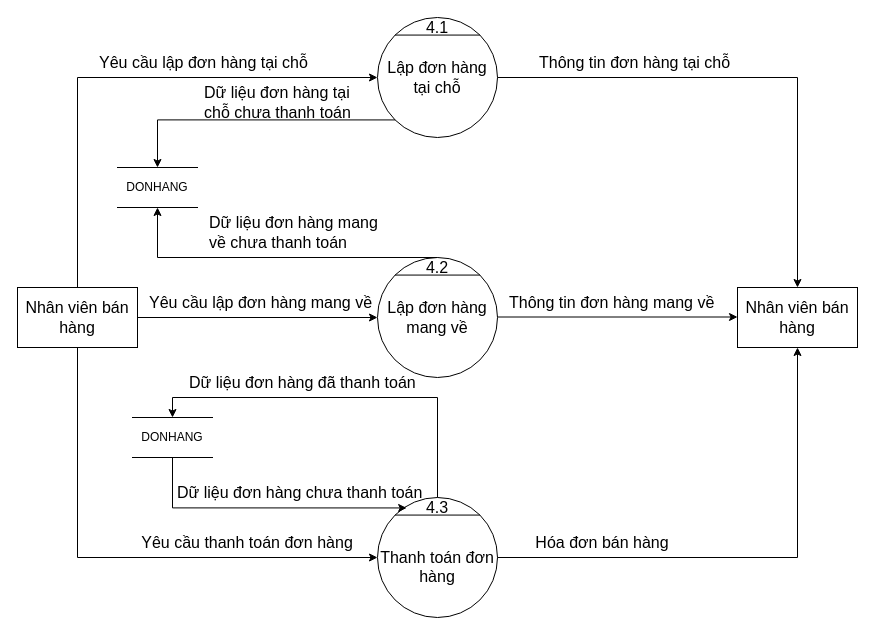
Earlier version of the draw.io diagram BFD&DFD/BFD&DFD mức 0, 1, 2, 3/DFD_1_Sell_Version_Final.drawio (hungtadasuke/CoffeShop_SoftwareTechnology). Source tidied: cells renumbered, new cells numbered last; positions are measured from the earlier drawing's top-left corner, leaving out a move shared by most shapes. Both pictures are drawn from the tidied source at 100%, with x=0, y=0 at pixel (17, 17).
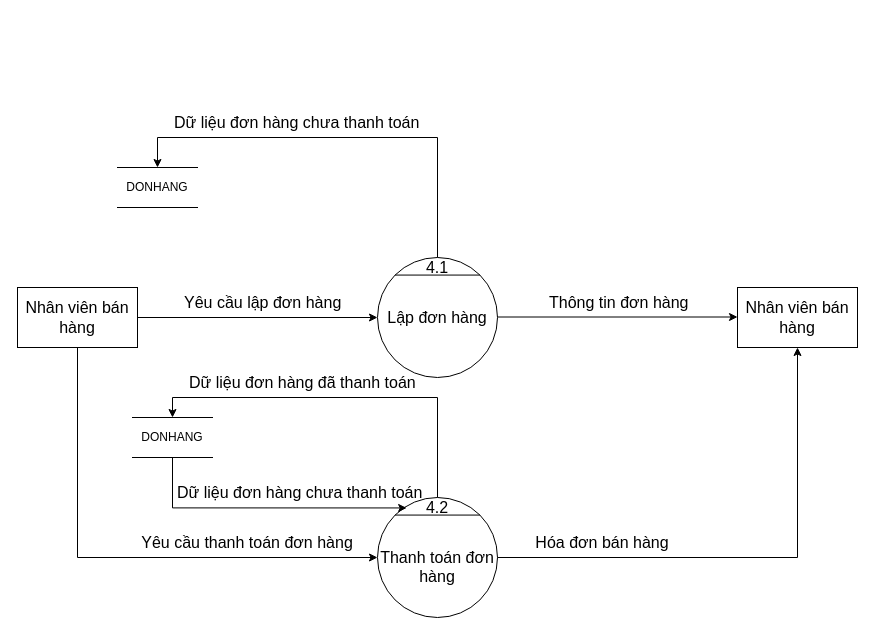
The same diagram, later.

Unchanged cells that the change refers to:
```xml
<mxCell id="2" value="Nhân viên bán hàng" style="rounded=0;whiteSpace=wrap;html=1;fontSize=16;" parent="1" vertex="1">
  <mxGeometry y="270" width="120" height="60" as="geometry" />
</mxCell>
<mxCell id="16" value="Nhân viên bán hàng" style="rounded=0;whiteSpace=wrap;html=1;fontSize=16;" parent="1" vertex="1">
  <mxGeometry x="720" y="270" width="120" height="60" as="geometry" />
</mxCell>
<mxCell id="17" value="DONHANG" style="shape=partialRectangle;whiteSpace=wrap;html=1;left=0;right=0;fillColor=none;" parent="1" vertex="1">
  <mxGeometry x="100" y="150" width="80" height="40" as="geometry" />
</mxCell>
```

The edit, as a diff of the source:
```diff
@@
-    <mxCell id="3" value="Lập đơn hàng tại chỗ" style="ellipse;whiteSpace=wrap;html=1;fontSize=16;" parent="1" vertex="1">
-      <mxGeometry x="360" width="120" height="120" as="geometry" />
-    </mxCell>
-    <mxCell id="4" style="endArrow=none;html=1;rounded=0;exitX=0;exitY=0;exitDx=0;exitDy=0;entryX=1;entryY=0;entryDx=0;entryDy=0;fontSize=16;" parent="1" edge="1" source="3" target="3">
-      <mxGeometry relative="1" as="geometry" />
-    </mxCell>
-    <mxCell id="5" value="4.1" style="text;html=1;strokeColor=none;fillColor=none;align=center;verticalAlign=middle;whiteSpace=wrap;rounded=0;fontSize=16;" parent="1" vertex="1">
-      <mxGeometry x="400" width="40" height="20" as="geometry" />
-    </mxCell>
-    <mxCell id="6" value="Lập đơn hàng mang về" style="ellipse;whiteSpace=wrap;html=1;fontSize=16;" parent="1" vertex="1">
+    <mxCell id="6" value="Lập đơn hàng" style="ellipse;whiteSpace=wrap;html=1;fontSize=16;" parent="1" vertex="1">
       <mxGeometry x="360" y="240" width="120" height="120" as="geometry" />
     </mxCell>
@@
-    <mxCell id="8" value="4.2" style="text;html=1;strokeColor=none;fillColor=none;align=center;verticalAlign=middle;whiteSpace=wrap;rounded=0;fontSize=16;" parent="1" vertex="1">
+    <mxCell id="8" value="4.1" style="text;html=1;strokeColor=none;fillColor=none;align=center;verticalAlign=middle;whiteSpace=wrap;rounded=0;fontSize=16;" parent="1" vertex="1">
       <mxGeometry x="400" y="240" width="40" height="20" as="geometry" />
     </mxCell>
-    <mxCell id="9" style="edgeStyle=elbowEdgeStyle;elbow=horizontal;endArrow=classic;html=1;rounded=0;fontSize=16;exitX=0.5;exitY=0;exitDx=0;exitDy=0;entryX=0;entryY=0.5;entryDx=0;entryDy=0;" parent="1" edge="1" source="2" target="3">
-      <mxGeometry relative="1" as="geometry">
-        <Array as="points">
-          <mxPoint x="60" y="170" />
-        </Array>
-      </mxGeometry>
-    </mxCell>
-    <mxCell id="10" value="Yêu cầu lập đơn hàng tại chỗ" style="text;html=1;strokeColor=none;fillColor=none;align=left;verticalAlign=middle;whiteSpace=wrap;rounded=0;fontSize=16;" parent="1" vertex="1">
-      <mxGeometry x="80" y="25" width="240" height="40" as="geometry" />
-    </mxCell>
-    <mxCell id="11" style="edgeStyle=segmentEdgeStyle;endArrow=classic;html=1;rounded=0;fontSize=16;exitX=1;exitY=0.5;exitDx=0;exitDy=0;entryX=0.5;entryY=0;entryDx=0;entryDy=0;" parent="1" edge="1" source="3" target="16">
-      <mxGeometry relative="1" as="geometry">
-        <Array as="points">
-          <mxPoint x="780" y="60" />
-        </Array>
-      </mxGeometry>
-    </mxCell>
-    <mxCell id="12" value="Thông tin đơn hàng tại chỗ" style="text;html=1;strokeColor=none;fillColor=none;align=left;verticalAlign=middle;whiteSpace=wrap;rounded=0;fontSize=16;" parent="1" vertex="1">
-      <mxGeometry x="520" y="20" width="210" height="50" as="geometry" />
-    </mxCell>
@@
-    <mxCell id="15" value="4.3" style="text;html=1;strokeColor=none;fillColor=none;align=center;verticalAlign=middle;whiteSpace=wrap;rounded=0;fontSize=16;" parent="1" vertex="1">
+    <mxCell id="15" value="4.2" style="text;html=1;strokeColor=none;fillColor=none;align=center;verticalAlign=middle;whiteSpace=wrap;rounded=0;fontSize=16;" parent="1" vertex="1">
       <mxGeometry x="400" y="480" width="40" height="20" as="geometry" />
     </mxCell>
@@
-    <mxCell id="18" style="edgeStyle=segmentEdgeStyle;endArrow=classic;html=1;rounded=0;exitX=0;exitY=1;exitDx=0;exitDy=0;entryX=0.5;entryY=0;entryDx=0;entryDy=0;" parent="1" edge="1" source="3" target="17">
-      <mxGeometry relative="1" as="geometry" />
-    </mxCell>
-    <mxCell id="19" value="Dữ liệu đơn hàng tại chỗ chưa thanh toán" style="text;html=1;strokeColor=none;fillColor=none;align=left;verticalAlign=middle;whiteSpace=wrap;rounded=0;fontSize=16;" parent="1" vertex="1">
-      <mxGeometry x="185" y="60" width="160" height="50" as="geometry" />
-    </mxCell>
@@
-    <mxCell id="22" value="Yêu cầu lập đơn hàng mang về" style="text;html=1;strokeColor=none;fillColor=none;align=left;verticalAlign=middle;whiteSpace=wrap;rounded=0;fontSize=16;" parent="1" vertex="1">
-      <mxGeometry x="130" y="270" width="240" height="30" as="geometry" />
+    <mxCell id="22" value="Yêu cầu lập đơn hàng" style="text;html=1;strokeColor=none;fillColor=none;align=left;verticalAlign=middle;whiteSpace=wrap;rounded=0;fontSize=16;" parent="1" vertex="1">
+      <mxGeometry x="165" y="270" width="240" height="30" as="geometry" />
     </mxCell>
-    <mxCell id="23" value="Thông tin đơn hàng mang về" style="text;html=1;strokeColor=none;fillColor=none;align=left;verticalAlign=middle;whiteSpace=wrap;rounded=0;fontSize=16;" parent="1" vertex="1">
-      <mxGeometry x="490" y="260" width="210" height="50" as="geometry" />
+    <mxCell id="23" value="Thông tin đơn hàng" style="text;html=1;strokeColor=none;fillColor=none;align=left;verticalAlign=middle;whiteSpace=wrap;rounded=0;fontSize=16;" parent="1" vertex="1">
+      <mxGeometry x="530" y="260" width="210" height="50" as="geometry" />
     </mxCell>
-    <mxCell id="24" style="edgeStyle=segmentEdgeStyle;endArrow=classic;html=1;rounded=0;exitX=0.5;exitY=0;exitDx=0;exitDy=0;entryX=0.5;entryY=1;entryDx=0;entryDy=0;" parent="1" edge="1" source="8" target="17">
-      <mxGeometry relative="1" as="geometry" />
+    <mxCell id="24" style="edgeStyle=segmentEdgeStyle;endArrow=classic;html=1;rounded=0;exitX=0.5;exitY=0;exitDx=0;exitDy=0;entryX=0.5;entryY=0;entryDx=0;entryDy=0;" parent="1" edge="1" source="8" target="17">
+      <mxGeometry relative="1" as="geometry">
+        <Array as="points">
+          <mxPoint x="420" y="120" />
+          <mxPoint x="140" y="120" />
+        </Array>
+      </mxGeometry>
     </mxCell>
-    <mxCell id="25" value="Dữ liệu đơn hàng mang về chưa thanh toán" style="text;html=1;strokeColor=none;fillColor=none;align=left;verticalAlign=middle;whiteSpace=wrap;rounded=0;fontSize=16;" parent="1" vertex="1">
-      <mxGeometry x="190" y="190" width="180" height="50" as="geometry" />
+    <mxCell id="25" value="Dữ liệu đơn hàng chưa thanh toán" style="text;html=1;strokeColor=none;fillColor=none;align=left;verticalAlign=middle;whiteSpace=wrap;rounded=0;fontSize=16;" parent="1" vertex="1">
+      <mxGeometry x="155" y="80" width="260" height="50" as="geometry" />
     </mxCell>
@@
     <mxCell id="34" value="Dữ liệu đơn hàng chưa thanh toán" style="text;html=1;strokeColor=none;fillColor=none;align=left;verticalAlign=middle;whiteSpace=wrap;rounded=0;fontSize=16;" parent="1" vertex="1">
-      <mxGeometry x="157.5" y="450" width="270" height="50" as="geometry" />
+      <mxGeometry x="157.5" y="450" width="252.5" height="50" as="geometry" />
     </mxCell>
```
